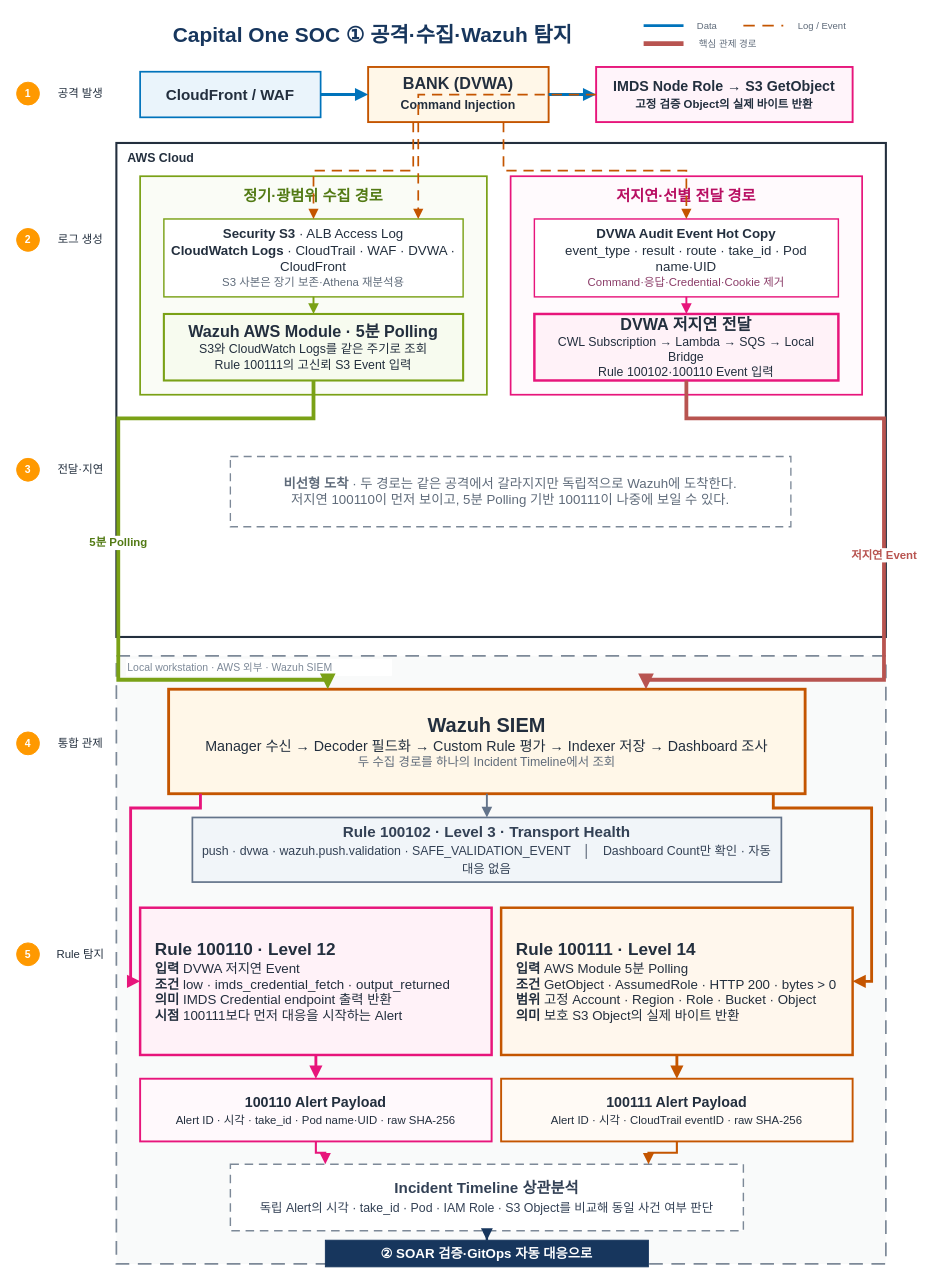
The draw.io diagram page "1_탐지 경로" (1 of 2) of 20_팀 프로젝트/3차 프로젝트/노션_내보낸거/5.0 Capital One SOC 자동 대응 폐쇄루프.drawio in Unoh03/Obsi3, before the edit. Source tidied: cells renumbered, new cells numbered last; positions are measured from the earlier drawing's top-left corner, leaving out a move shared by most shapes. Both pictures are drawn from the tidied source at 95%, with x=0, y=0 at pixel (16, 16).
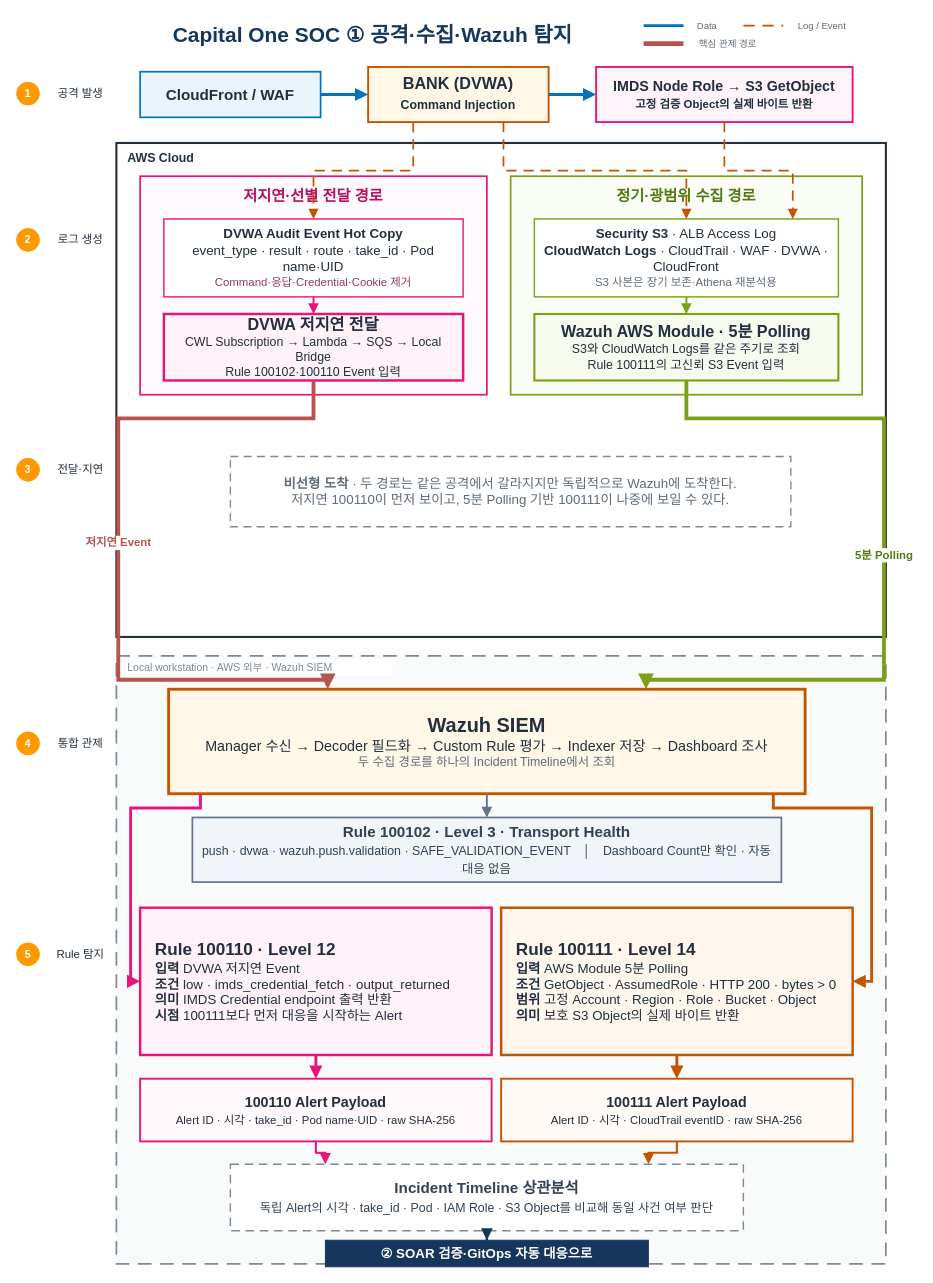
The same page after the edit.

Unchanged cells that the change refers to:
```xml
<mxCell id="12" value="BANK (DVWA)&lt;br&gt;&lt;font style=&quot;font-size:13px;&quot;&gt;Command Injection&lt;/font&gt;" style="rounded=0;whiteSpace=wrap;html=1;fillColor=#FFF7E8;strokeColor=#C45500;strokeWidth=2;fontColor=#232F3E;fontSize=17;fontStyle=1;align=center;verticalAlign=middle;" parent="1" vertex="1">
  <mxGeometry x="370" y="53" width="190" height="58" as="geometry" />
</mxCell>
<mxCell id="33" value="&lt;font style=&quot;font-size:21px;&quot;&gt;&lt;b&gt;Wazuh SIEM&lt;/b&gt;&lt;/font&gt;&lt;br&gt;&lt;font style=&quot;font-size:15px;&quot;&gt;Manager 수신 → Decoder 필드화 → Custom Rule 평가 → Indexer 저장 → Dashboard 조사&lt;/font&gt;&lt;br&gt;&lt;font style=&quot;font-size:13px;color:#5F6B7A;&quot;&gt;두 수집 경로를 하나의 Incident Timeline에서 조회&lt;/font&gt;" style="rounded=0;whiteSpace=wrap;html=1;fillColor=#FFF7E8;strokeColor=#C45500;strokeWidth=3;fontColor=#232F3E;align=center;verticalAlign=middle;spacing=7;" parent="1" vertex="1">
  <mxGeometry x="160" y="708" width="670" height="110" as="geometry" />
</mxCell>
```

The edit, as a diff of the source:
```diff
@@
     <mxCell id="18" style="rounded=0;whiteSpace=wrap;html=1;fillColor=#F3F8EA;fillOpacity=45;strokeColor=#7AA116;strokeWidth=1.8;" parent="1" vertex="1">
-      <mxGeometry x="130" y="168" width="365" height="230" as="geometry" />
+      <mxGeometry x="520" y="168" width="370" height="230" as="geometry" />
     </mxCell>
     <mxCell id="19" value="정기·광범위 수집 경로" style="html=1;whiteSpace=wrap;strokeColor=none;fillColor=none;align=center;verticalAlign=middle;fontColor=#527A14;fontSize=16;fontStyle=1;" parent="1" vertex="1">
-      <mxGeometry x="155" y="175" width="315" height="28" as="geometry" />
+      <mxGeometry x="545" y="175" width="320" height="28" as="geometry" />
     </mxCell>
     <mxCell id="20" value="&lt;b&gt;Security S3&lt;/b&gt; · ALB Access Log&lt;br&gt;&lt;b&gt;CloudWatch Logs&lt;/b&gt; · CloudTrail · WAF · DVWA · CloudFront&lt;br&gt;&lt;font style=&quot;font-size:12px;color:#5F6B7A;&quot;&gt;S3 사본은 장기 보존·Athena 재분석용&lt;/font&gt;" style="rounded=0;whiteSpace=wrap;html=1;fillColor=#FFFFFF;strokeColor=#7AA116;strokeWidth=1.5;fontColor=#232F3E;fontSize=14;align=center;verticalAlign=middle;spacing=6;" parent="1" vertex="1">
-      <mxGeometry x="155" y="213" width="315" height="82" as="geometry" />
+      <mxGeometry x="545" y="213" width="320" height="82" as="geometry" />
     </mxCell>
     <mxCell id="21" value="&lt;font style=&quot;font-size:17px;&quot;&gt;&lt;b&gt;Wazuh AWS Module · 5분 Polling&lt;/b&gt;&lt;/font&gt;&lt;br&gt;&lt;font style=&quot;font-size:13px;&quot;&gt;S3와 CloudWatch Logs를 같은 주기로 조회&lt;br&gt;Rule 100111의 고신뢰 S3 Event 입력&lt;/font&gt;" style="rounded=0;whiteSpace=wrap;html=1;fillColor=#F7FBEF;strokeColor=#7AA116;strokeWidth=2.2;fontColor=#232F3E;align=center;verticalAlign=middle;spacing=6;" parent="1" vertex="1">
-      <mxGeometry x="155" y="313" width="315" height="70" as="geometry" />
+      <mxGeometry x="545" y="313" width="320" height="70" as="geometry" />
     </mxCell>
     <mxCell id="22" style="rounded=0;whiteSpace=wrap;html=1;fillColor=#FFF4FA;fillOpacity=45;strokeColor=#E7157B;strokeWidth=1.8;" parent="1" vertex="1">
-      <mxGeometry x="520" y="168" width="370" height="230" as="geometry" />
+      <mxGeometry x="130" y="168" width="365" height="230" as="geometry" />
     </mxCell>
     <mxCell id="23" value="저지연·선별 전달 경로" style="html=1;whiteSpace=wrap;strokeColor=none;fillColor=none;align=center;verticalAlign=middle;fontColor=#B80F62;fontSize=16;fontStyle=1;" parent="1" vertex="1">
-      <mxGeometry x="545" y="175" width="320" height="28" as="geometry" />
+      <mxGeometry x="155" y="175" width="315" height="28" as="geometry" />
     </mxCell>
     <mxCell id="24" value="&lt;b&gt;DVWA Audit Event Hot Copy&lt;/b&gt;&lt;br&gt;event_type · result · route · take_id · Pod name·UID&lt;br&gt;&lt;font style=&quot;font-size:12px;color:#8A3B67;&quot;&gt;Command·응답·Credential·Cookie 제거&lt;/font&gt;" style="rounded=0;whiteSpace=wrap;html=1;fillColor=#FFFFFF;strokeColor=#E7157B;strokeWidth=1.5;fontColor=#232F3E;fontSize=14;align=center;verticalAlign=middle;spacing=6;" parent="1" vertex="1">
-      <mxGeometry x="545" y="213" width="320" height="82" as="geometry" />
+      <mxGeometry x="155" y="213" width="315" height="82" as="geometry" />
     </mxCell>
     <mxCell id="25" value="&lt;font style=&quot;font-size:17px;&quot;&gt;&lt;b&gt;DVWA 저지연 전달&lt;/b&gt;&lt;/font&gt;&lt;br&gt;&lt;font style=&quot;font-size:13px;&quot;&gt;CWL Subscription → Lambda → SQS → Local Bridge&lt;br&gt;Rule 100102·100110 Event 입력&lt;/font&gt;" style="rounded=0;whiteSpace=wrap;html=1;fillColor=#FFF2F8;strokeColor=#E7157B;strokeWidth=2.6;fontColor=#232F3E;align=center;verticalAlign=middle;spacing=6;" parent="1" vertex="1">
-      <mxGeometry x="545" y="313" width="320" height="70" as="geometry" />
+      <mxGeometry x="155" y="313" width="315" height="70" as="geometry" />
     </mxCell>
@@
-    <mxCell id="45" style="edgeStyle=orthogonalEdgeStyle;rounded=0;html=1;endArrow=block;endFill=1;strokeWidth=1.8;strokeColor=#C45500;dashed=1;dashPattern=6 4;exitX=0.25;exitY=1;entryX=0.5;entryY=0;jumpStyle=arc;jumpSize=6;" parent="1" edge="1" source="12" target="20">
+    <mxCell id="45" style="edgeStyle=orthogonalEdgeStyle;rounded=0;html=1;endArrow=block;endFill=1;strokeWidth=1.8;strokeColor=#C45500;dashed=1;dashPattern=6 4;exitX=0.75;exitY=1;entryX=0.5;entryY=0;jumpStyle=arc;jumpSize=6;" parent="1" edge="1" source="12" target="20">
       <mxGeometry relative="1" as="geometry" />
     </mxCell>
-    <mxCell id="46" style="edgeStyle=orthogonalEdgeStyle;rounded=0;html=1;endArrow=block;endFill=1;strokeWidth=1.8;strokeColor=#C45500;dashed=1;dashPattern=6 4;exitX=0.75;exitY=1;entryX=0.5;entryY=0;jumpStyle=arc;jumpSize=6;" parent="1" edge="1" source="12" target="24">
+    <mxCell id="46" style="edgeStyle=orthogonalEdgeStyle;rounded=0;html=1;endArrow=block;endFill=1;strokeWidth=1.8;strokeColor=#C45500;dashed=1;dashPattern=6 4;exitX=0.25;exitY=1;entryX=0.5;entryY=0;jumpStyle=arc;jumpSize=6;" parent="1" edge="1" source="12" target="24">
       <mxGeometry relative="1" as="geometry" />
     </mxCell>
@@
-    <mxCell id="50" value="5분 Polling" style="edgeStyle=orthogonalEdgeStyle;rounded=0;html=1;endArrow=block;endFill=1;strokeWidth=4;strokeColor=#7AA116;fontColor=#527A14;fontSize=12;fontStyle=1;labelBackgroundColor=#FFFFFF;exitX=0.5;exitY=1;entryX=0.25;entryY=0;jumpStyle=arc;jumpSize=7;" parent="1" edge="1" source="21" target="33">
+    <mxCell id="50" value="5분 Polling" style="edgeStyle=orthogonalEdgeStyle;rounded=0;html=1;endArrow=block;endFill=1;strokeWidth=4;strokeColor=#7AA116;fontColor=#527A14;fontSize=12;fontStyle=1;labelBackgroundColor=#FFFFFF;exitX=0.5;exitY=1;entryX=0.75;entryY=0;jumpStyle=arc;jumpSize=7;" parent="1" edge="1" source="21" target="33">
       <mxGeometry relative="1" as="geometry">
         <Array as="points">
-          <mxPoint x="313" y="423" />
-          <mxPoint x="107" y="423" />
-          <mxPoint x="107" y="698" />
-          <mxPoint x="328" y="698" />
+          <mxPoint x="705" y="423" />
+          <mxPoint x="913" y="423" />
+          <mxPoint x="913" y="698" />
+          <mxPoint x="663" y="698" />
         </Array>
       </mxGeometry>
     </mxCell>
-    <mxCell id="51" value="저지연 Event" style="edgeStyle=orthogonalEdgeStyle;rounded=0;html=1;endArrow=block;endFill=1;strokeWidth=4;strokeColor=#B85450;fontColor=#B85450;fontSize=12;fontStyle=1;labelBackgroundColor=#FFFFFF;exitX=0.5;exitY=1;entryX=0.75;entryY=0;jumpStyle=arc;jumpSize=7;" parent="1" edge="1" source="25" target="33">
+    <mxCell id="51" value="저지연 Event" style="edgeStyle=orthogonalEdgeStyle;rounded=0;html=1;endArrow=block;endFill=1;strokeWidth=4;strokeColor=#B85450;fontColor=#B85450;fontSize=12;fontStyle=1;labelBackgroundColor=#FFFFFF;exitX=0.5;exitY=1;entryX=0.25;entryY=0;jumpStyle=arc;jumpSize=7;" parent="1" edge="1" source="25" target="33">
       <mxGeometry relative="1" as="geometry">
         <Array as="points">
-          <mxPoint x="705" y="423" />
-          <mxPoint x="913" y="423" />
-          <mxPoint x="913" y="698" />
-          <mxPoint x="663" y="698" />
+          <mxPoint x="313" y="423" />
+          <mxPoint x="107" y="423" />
+          <mxPoint x="107" y="698" />
+          <mxPoint x="328" y="698" />
         </Array>
       </mxGeometry>
     </mxCell>
```
